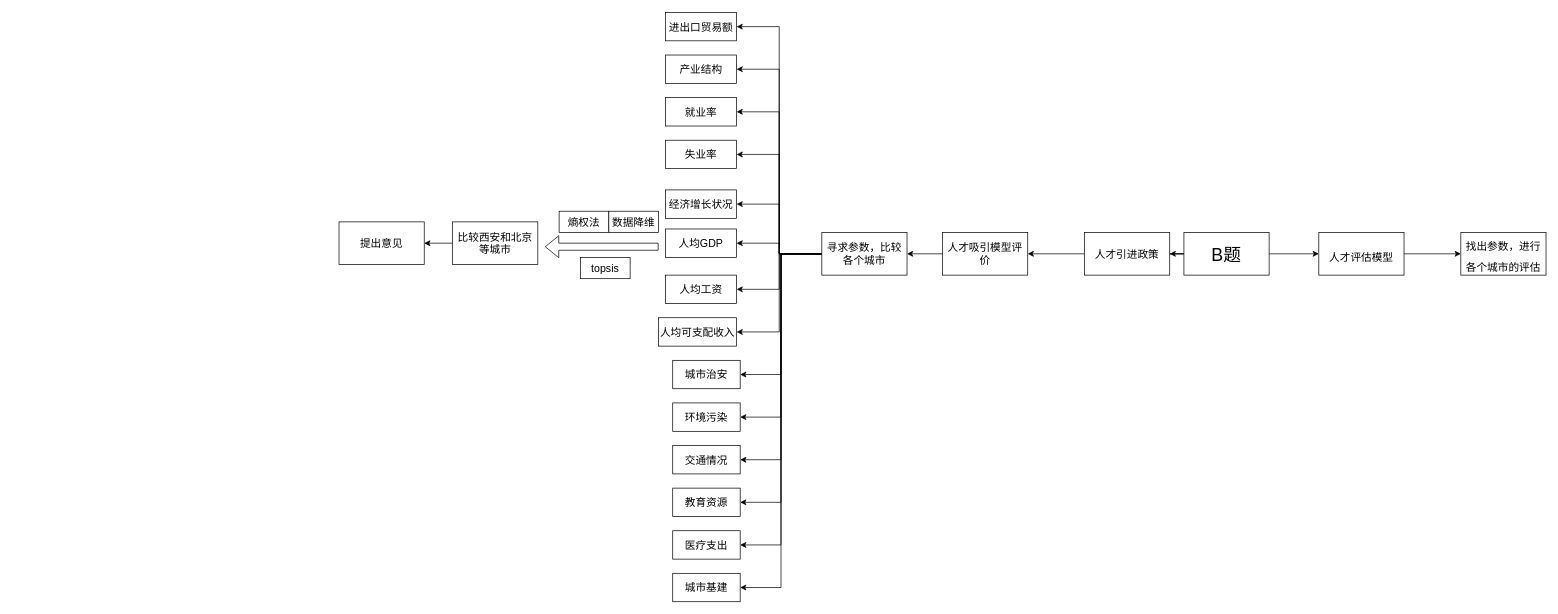
Earlier version of the draw.io diagram shumo.drawio (haoran0313/diagrams). Source tidied: cells renumbered, new cells numbered last; positions are measured from the earlier drawing's top-left corner, leaving out a move shared by most shapes. Both pictures are drawn from the tidied source at 71%, with x=0, y=0 at pixel (339, 12).
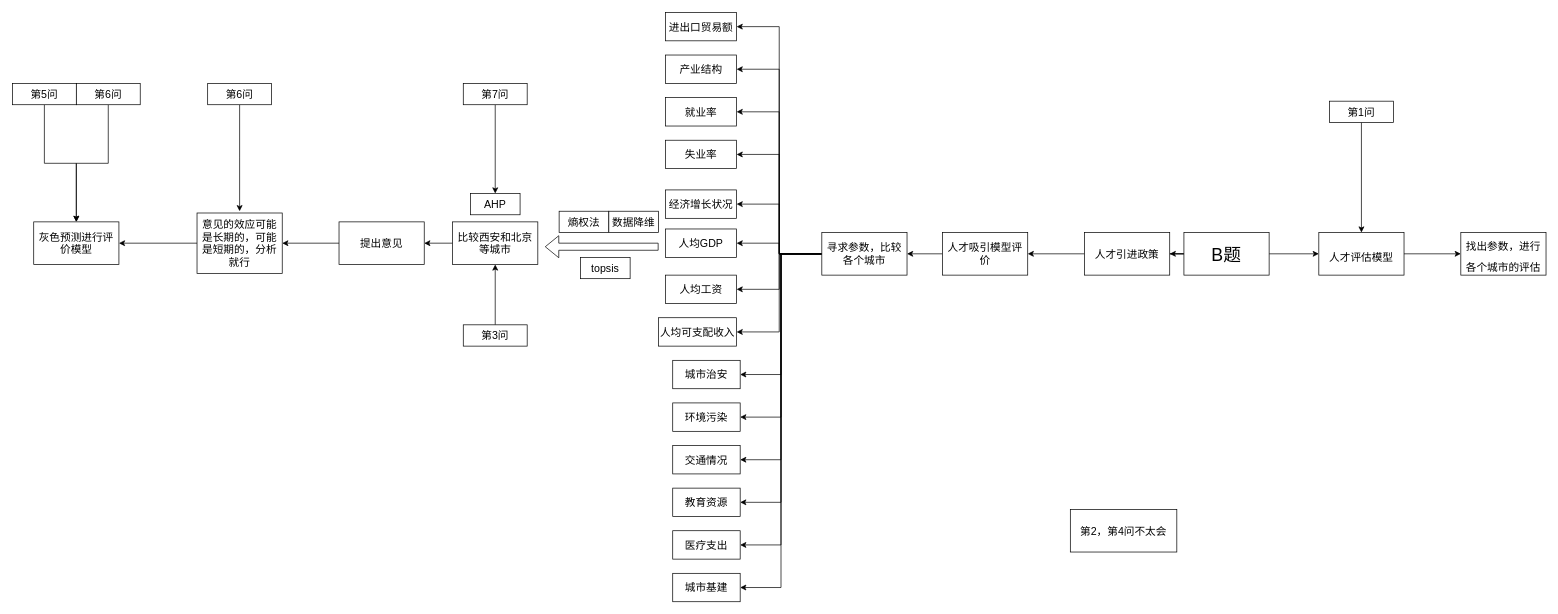
After the change.

The change refers to these unchanged cells:
```xml
<mxCell id="6" value="&lt;font style=&quot;font-size: 15px&quot;&gt;人才评估模型&lt;/font&gt;" style="rounded=0;whiteSpace=wrap;html=1;fontSize=25;" parent="1" vertex="1">
  <mxGeometry x="1380" y="310" width="120" height="60" as="geometry" />
</mxCell>
<mxCell id="43" value="比较西安和北京等城市" style="rounded=0;whiteSpace=wrap;html=1;fontSize=15;" parent="1" vertex="1">
  <mxGeometry x="160" y="295" width="120" height="60" as="geometry" />
</mxCell>
<mxCell id="47" value="提出意见" style="rounded=0;whiteSpace=wrap;html=1;fontSize=15;" parent="1" vertex="1">
  <mxGeometry y="295" width="120" height="60" as="geometry" />
</mxCell>
```

Diff of the diagram source:
```diff
@@
+    <mxCell id="48" style="edgeStyle=orthogonalEdgeStyle;rounded=0;jettySize=auto;html=1;fontSize=15;" parent="1" edge="1" source="47" target="51">
+      <mxGeometry relative="1" as="geometry" />
+    </mxCell>
@@
+    <mxCell id="49" value="AHP" style="rounded=0;whiteSpace=wrap;html=1;fontSize=15;" parent="1" vertex="1">
+      <mxGeometry x="185" y="255" width="70" height="30" as="geometry" />
+    </mxCell>
+    <mxCell id="50" style="edgeStyle=orthogonalEdgeStyle;rounded=0;jettySize=auto;html=1;fontSize=15;" parent="1" edge="1" source="51" target="58">
+      <mxGeometry relative="1" as="geometry" />
+    </mxCell>
+    <mxCell id="51" value="意见的效应可能是长期的，可能是短期的，分析就行" style="whiteSpace=wrap;html=1;rounded=0;fontSize=15;" parent="1" vertex="1">
+      <mxGeometry x="-200" y="282.5" width="120" height="85" as="geometry" />
+    </mxCell>
+    <mxCell id="52" style="edgeStyle=orthogonalEdgeStyle;rounded=0;jettySize=auto;html=1;fontSize=15;" parent="1" edge="1" source="53">
+      <mxGeometry relative="1" as="geometry">
+        <mxPoint x="-140" y="280" as="targetPoint" />
+      </mxGeometry>
+    </mxCell>
+    <mxCell id="53" value="第6问" style="rounded=0;whiteSpace=wrap;html=1;fontSize=15;" parent="1" vertex="1">
+      <mxGeometry x="-185" y="100" width="90" height="30" as="geometry" />
+    </mxCell>
+    <mxCell id="54" style="edgeStyle=orthogonalEdgeStyle;rounded=0;jettySize=auto;html=1;entryX=0.5;entryY=0;entryDx=0;entryDy=0;fontSize=15;" parent="1" edge="1" source="55" target="49">
+      <mxGeometry relative="1" as="geometry" />
+    </mxCell>
+    <mxCell id="55" value="第7问" style="rounded=0;whiteSpace=wrap;html=1;fontSize=15;" parent="1" vertex="1">
+      <mxGeometry x="175" y="100" width="90" height="30" as="geometry" />
+    </mxCell>
+    <mxCell id="56" style="edgeStyle=orthogonalEdgeStyle;rounded=0;jettySize=auto;html=1;fontSize=15;entryX=0.5;entryY=1;entryDx=0;entryDy=0;" parent="1" edge="1" source="57" target="43">
+      <mxGeometry relative="1" as="geometry" />
+    </mxCell>
+    <mxCell id="57" value="第3问" style="rounded=0;whiteSpace=wrap;html=1;fontSize=15;" parent="1" vertex="1">
+      <mxGeometry x="175" y="440" width="90" height="30" as="geometry" />
+    </mxCell>
+    <mxCell id="58" value="灰色预测进行评价模型" style="rounded=0;whiteSpace=wrap;html=1;fontSize=15;" parent="1" vertex="1">
+      <mxGeometry x="-430" y="295" width="120" height="60" as="geometry" />
+    </mxCell>
+    <mxCell id="59" style="edgeStyle=orthogonalEdgeStyle;rounded=0;jettySize=auto;html=1;entryX=0.5;entryY=0;entryDx=0;entryDy=0;fontSize=15;" parent="1" edge="1" source="60" target="58">
+      <mxGeometry relative="1" as="geometry" />
+    </mxCell>
+    <mxCell id="60" value="第5问" style="rounded=0;whiteSpace=wrap;html=1;fontSize=15;" parent="1" vertex="1">
+      <mxGeometry x="-460" y="100" width="90" height="30" as="geometry" />
+    </mxCell>
+    <mxCell id="61" style="edgeStyle=orthogonalEdgeStyle;rounded=0;jettySize=auto;html=1;entryX=0.5;entryY=0;entryDx=0;entryDy=0;fontSize=15;" parent="1" edge="1" source="62" target="58">
+      <mxGeometry relative="1" as="geometry" />
+    </mxCell>
+    <mxCell id="62" value="第6问" style="rounded=0;whiteSpace=wrap;html=1;fontSize=15;" parent="1" vertex="1">
+      <mxGeometry x="-370" y="100" width="90" height="30" as="geometry" />
+    </mxCell>
+    <mxCell id="63" style="edgeStyle=orthogonalEdgeStyle;rounded=0;jettySize=auto;html=1;entryX=0.5;entryY=0;entryDx=0;entryDy=0;fontSize=15;" parent="1" edge="1" source="64" target="6">
+      <mxGeometry relative="1" as="geometry" />
+    </mxCell>
+    <mxCell id="64" value="第1问" style="rounded=0;whiteSpace=wrap;html=1;fontSize=15;" parent="1" vertex="1">
+      <mxGeometry x="1395" y="125" width="90" height="30" as="geometry" />
+    </mxCell>
+    <mxCell id="65" value="第2，第4问不太会" style="rounded=0;whiteSpace=wrap;html=1;fontSize=15;" parent="1" vertex="1">
+      <mxGeometry x="1030" y="700" width="150" height="60" as="geometry" />
+    </mxCell>
```
